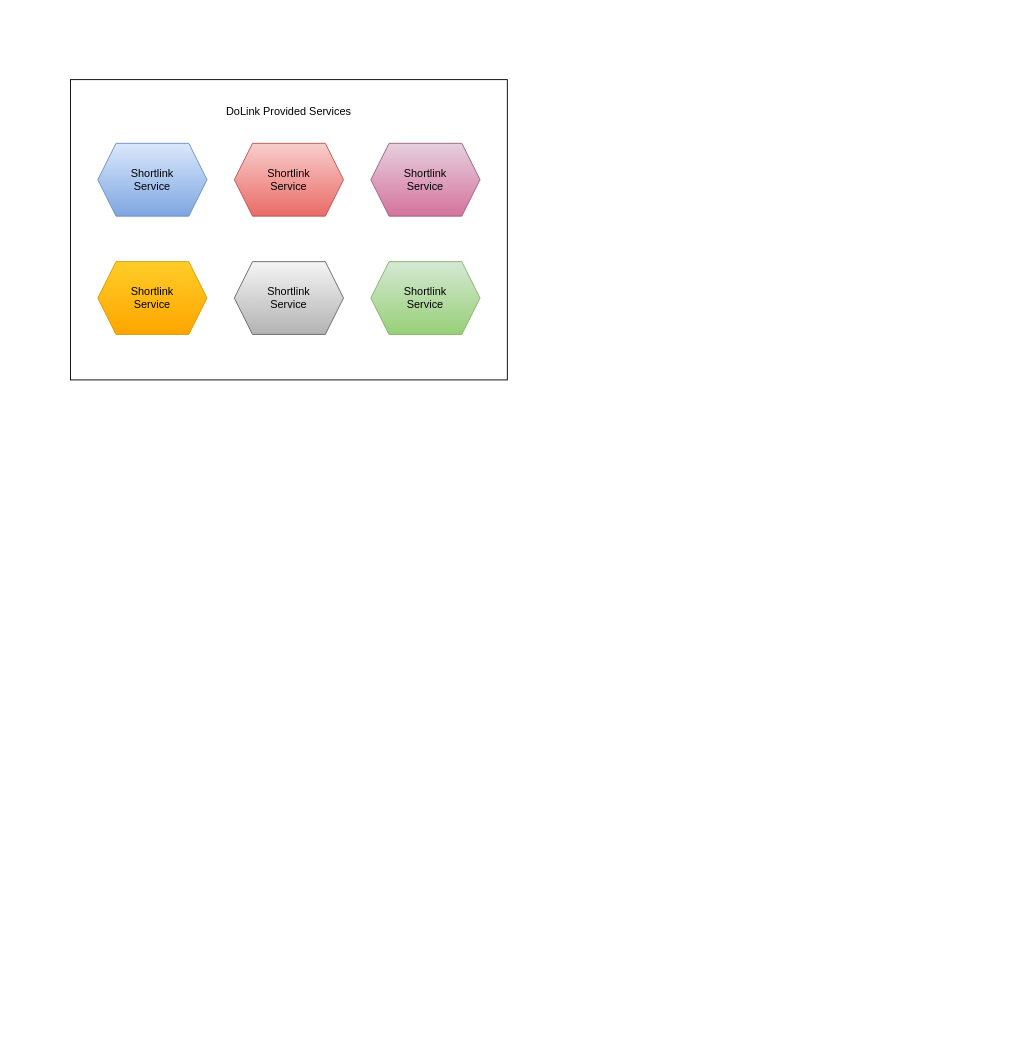
Above: dolink.drawio in smartmasks/myRef (draw.io), before the change. Source tidied: cells renumbered, new cells numbered last; positions are measured from the earlier drawing's top-left corner, leaving out a move shared by most shapes. Both pictures are drawn from the tidied source at 91%, with x=0, y=0 at pixel (70, 79).
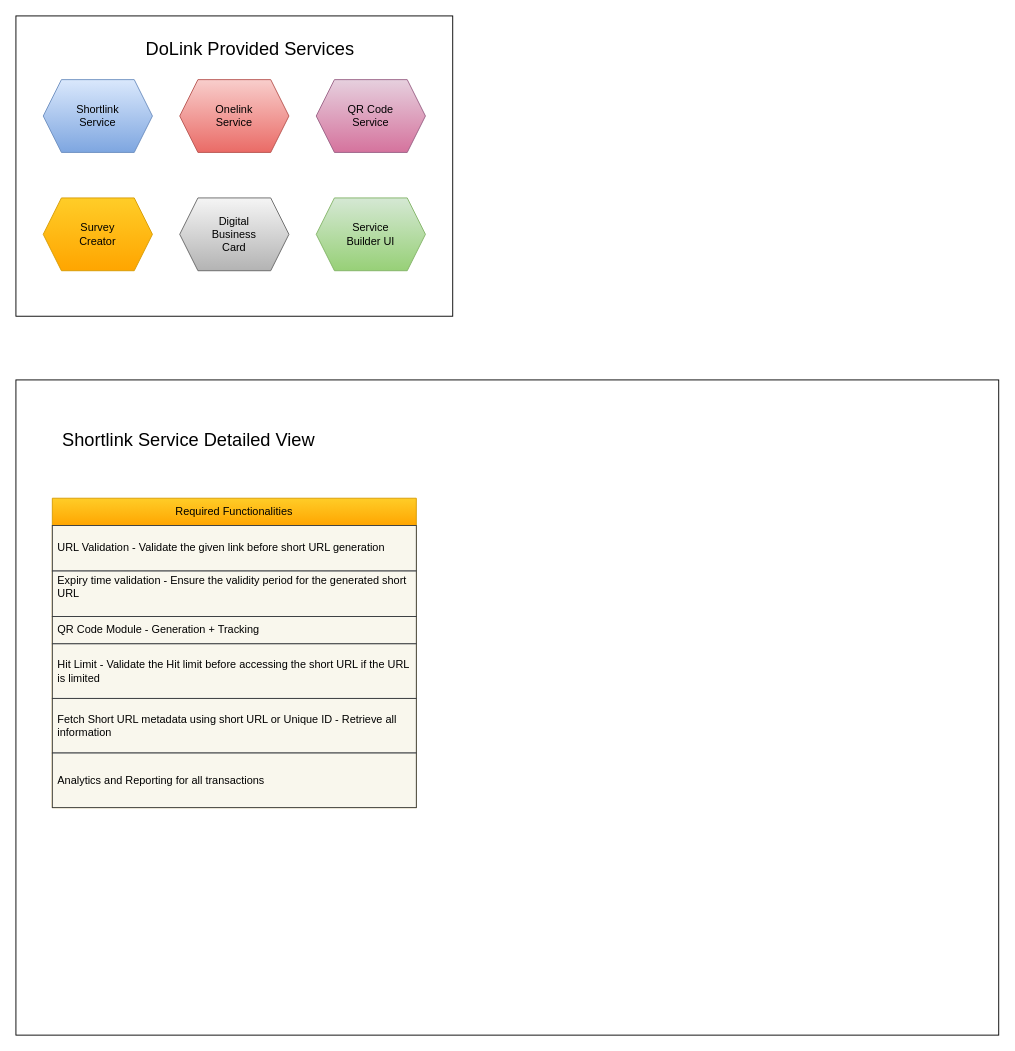
Above is the later version.

What changed in the source:
```diff
@@
+    <mxCell id="22" style="rounded=0;whiteSpace=wrap;html=1;" parent="1" vertex="1">
+      <mxGeometry x="-60" y="330" width="1080" height="720" as="geometry" />
+    </mxCell>
+    <mxCell id="23" value="Required Functionalities" style="swimlane;fontStyle=0;horizontal=1;startSize=30;whiteSpace=wrap;html=1;fillColor=#ffcd28;gradientColor=#ffa500;strokeColor=#d79b00;" parent="1" vertex="1">
+      <mxGeometry x="-20" y="460" width="400" height="340" as="geometry" />
+    </mxCell>
+    <mxCell id="24" value="URL Validation - Validate the given link before short URL generation" style="text;strokeColor=#36393d;fillColor=#f9f7ed;align=left;verticalAlign=middle;spacingLeft=4;spacingRight=4;overflow=hidden;whiteSpace=wrap;html=1;" parent="23" vertex="1">
+      <mxGeometry y="30" width="400" height="50" as="geometry" />
+    </mxCell>
+    <mxCell id="25" value="&lt;div&gt;Expiry time validation - Ensure the validity period for the generated short URL&lt;/div&gt;&lt;div&gt;&lt;br&gt;&lt;/div&gt;" style="text;strokeColor=#36393d;fillColor=#f9f7ed;align=left;verticalAlign=middle;spacingLeft=4;spacingRight=4;overflow=hidden;whiteSpace=wrap;html=1;" parent="23" vertex="1">
+      <mxGeometry y="80" width="400" height="50" as="geometry" />
+    </mxCell>
+    <mxCell id="26" value="&lt;div&gt;QR Code Module - Generation + Tracking&lt;span style=&quot;white-space: pre;&quot;&gt;&#9;&lt;/span&gt;&lt;span style=&quot;white-space: pre;&quot;&gt;&#9;&lt;/span&gt;&lt;span style=&quot;white-space: pre;&quot;&gt;&#9;&lt;/span&gt;&lt;span style=&quot;white-space: pre;&quot;&gt;&#9;&lt;/span&gt;&lt;/div&gt;" style="text;strokeColor=#36393d;fillColor=#f9f7ed;align=left;verticalAlign=middle;spacingLeft=4;spacingRight=4;overflow=hidden;whiteSpace=wrap;html=1;" parent="23" vertex="1">
+      <mxGeometry y="130" width="400" height="30" as="geometry" />
+    </mxCell>
+    <mxCell id="27" value="Hit Limit - Validate the Hit limit before accessing the short URL if the URL is limited" style="text;strokeColor=#36393d;fillColor=#f9f7ed;align=left;verticalAlign=middle;spacingLeft=4;spacingRight=4;overflow=hidden;whiteSpace=wrap;html=1;" parent="23" vertex="1">
+      <mxGeometry y="160" width="400" height="60" as="geometry" />
+    </mxCell>
+    <mxCell id="28" value="Fetch Short URL metadata using short URL or Unique ID - Retrieve all information" style="text;strokeColor=#36393d;fillColor=#f9f7ed;align=left;verticalAlign=middle;spacingLeft=4;spacingRight=4;overflow=hidden;whiteSpace=wrap;html=1;" parent="23" vertex="1">
+      <mxGeometry y="220" width="400" height="60" as="geometry" />
+    </mxCell>
+    <mxCell id="29" value="Analytics and Reporting for all transactions" style="text;strokeColor=#36393d;fillColor=#f9f7ed;align=left;verticalAlign=middle;spacingLeft=4;spacingRight=4;overflow=hidden;whiteSpace=wrap;html=1;" parent="23" vertex="1">
+      <mxGeometry y="280" width="400" height="60" as="geometry" />
+    </mxCell>
+    <mxCell id="30" style="group;fontSize=20;" parent="1" vertex="1">
+      <mxGeometry x="-60" y="-70" width="480" height="330" as="geometry" />
+    </mxCell>
-    <mxCell id="2" style="rounded=0;whiteSpace=wrap;html=1;" parent="1" vertex="1">
+    <mxCell id="2" style="rounded=0;whiteSpace=wrap;html=1;" parent="30" vertex="1">
       <mxGeometry width="480" height="330" as="geometry" />
     </mxCell>
-    <mxCell id="3" style="group;" parent="1" vertex="1">
+    <mxCell id="3" style="group;" parent="30" vertex="1">
       <mxGeometry x="30" y="70" width="120" height="80" as="geometry" />
     </mxCell>
@@
-    <mxCell id="6" style="group;" parent="1" vertex="1">
+    <mxCell id="6" style="group;" parent="30" vertex="1">
       <mxGeometry x="180" y="70" width="120" height="80" as="geometry" />
     </mxCell>
@@
-    <mxCell id="8" value="Shortlink Service" style="text;html=1;align=center;verticalAlign=middle;whiteSpace=wrap;rounded=0;" parent="6" vertex="1">
+    <mxCell id="8" value="Onelink Service" style="text;html=1;align=center;verticalAlign=middle;whiteSpace=wrap;rounded=0;" parent="6" vertex="1">
       <mxGeometry x="30" y="25" width="60" height="30" as="geometry" />
     </mxCell>
-    <mxCell id="9" style="group;" parent="1" vertex="1">
+    <mxCell id="9" style="group;" parent="30" vertex="1">
       <mxGeometry x="330" y="70" width="120" height="80" as="geometry" />
     </mxCell>
@@
-    <mxCell id="11" value="Shortlink Service" style="text;html=1;align=center;verticalAlign=middle;whiteSpace=wrap;rounded=0;" parent="9" vertex="1">
+    <mxCell id="11" value="QR Code Service" style="text;html=1;align=center;verticalAlign=middle;whiteSpace=wrap;rounded=0;" parent="9" vertex="1">
       <mxGeometry x="30" y="25" width="60" height="30" as="geometry" />
     </mxCell>
-    <mxCell id="12" style="group;" parent="1" vertex="1">
+    <mxCell id="12" style="group;" parent="30" vertex="1">
       <mxGeometry x="30" y="200" width="120" height="80" as="geometry" />
     </mxCell>
@@
-    <mxCell id="14" value="Shortlink Service" style="text;html=1;align=center;verticalAlign=middle;whiteSpace=wrap;rounded=0;" parent="12" vertex="1">
+    <mxCell id="14" value="Survey Creator" style="text;html=1;align=center;verticalAlign=middle;whiteSpace=wrap;rounded=0;" parent="12" vertex="1">
       <mxGeometry x="30" y="25" width="60" height="30" as="geometry" />
     </mxCell>
-    <mxCell id="15" style="group;" parent="1" vertex="1">
+    <mxCell id="15" style="group;" parent="30" vertex="1">
       <mxGeometry x="180" y="200" width="120" height="80" as="geometry" />
     </mxCell>
@@
-    <mxCell id="17" value="Shortlink Service" style="text;html=1;align=center;verticalAlign=middle;whiteSpace=wrap;rounded=0;" parent="15" vertex="1">
+    <mxCell id="17" value="Digital Business Card" style="text;html=1;align=center;verticalAlign=middle;whiteSpace=wrap;rounded=0;" parent="15" vertex="1">
       <mxGeometry x="30" y="25" width="60" height="30" as="geometry" />
     </mxCell>
-    <mxCell id="18" style="group;" parent="1" vertex="1">
+    <mxCell id="18" style="group;" parent="30" vertex="1">
       <mxGeometry x="330" y="200" width="120" height="80" as="geometry" />
     </mxCell>
@@
-    <mxCell id="20" value="Shortlink Service" style="text;html=1;align=center;verticalAlign=middle;whiteSpace=wrap;rounded=0;" parent="18" vertex="1">
+    <mxCell id="20" value="Service Builder UI" style="text;html=1;align=center;verticalAlign=middle;whiteSpace=wrap;rounded=0;" parent="18" vertex="1">
       <mxGeometry x="30" y="25" width="60" height="30" as="geometry" />
     </mxCell>
-    <mxCell id="21" value="DoLink Provided Services" style="text;html=1;align=center;verticalAlign=middle;whiteSpace=wrap;rounded=0;" parent="1" vertex="1">
-      <mxGeometry x="135" y="20" width="210" height="30" as="geometry" />
+    <mxCell id="21" value="&lt;font style=&quot;font-size: 20px;&quot;&gt;DoLink Provided Services&lt;/font&gt;" style="text;html=1;align=center;verticalAlign=middle;whiteSpace=wrap;rounded=0;" parent="30" vertex="1">
+      <mxGeometry x="120" y="20" width="275" height="30" as="geometry" />
     </mxCell>
+    <mxCell id="31" value="Shortlink Service Detailed View" style="text;html=1;align=center;verticalAlign=middle;whiteSpace=wrap;rounded=0;fontSize=20;" parent="1" vertex="1">
+      <mxGeometry x="-30" y="380" width="320" height="30" as="geometry" />
+    </mxCell>
```
